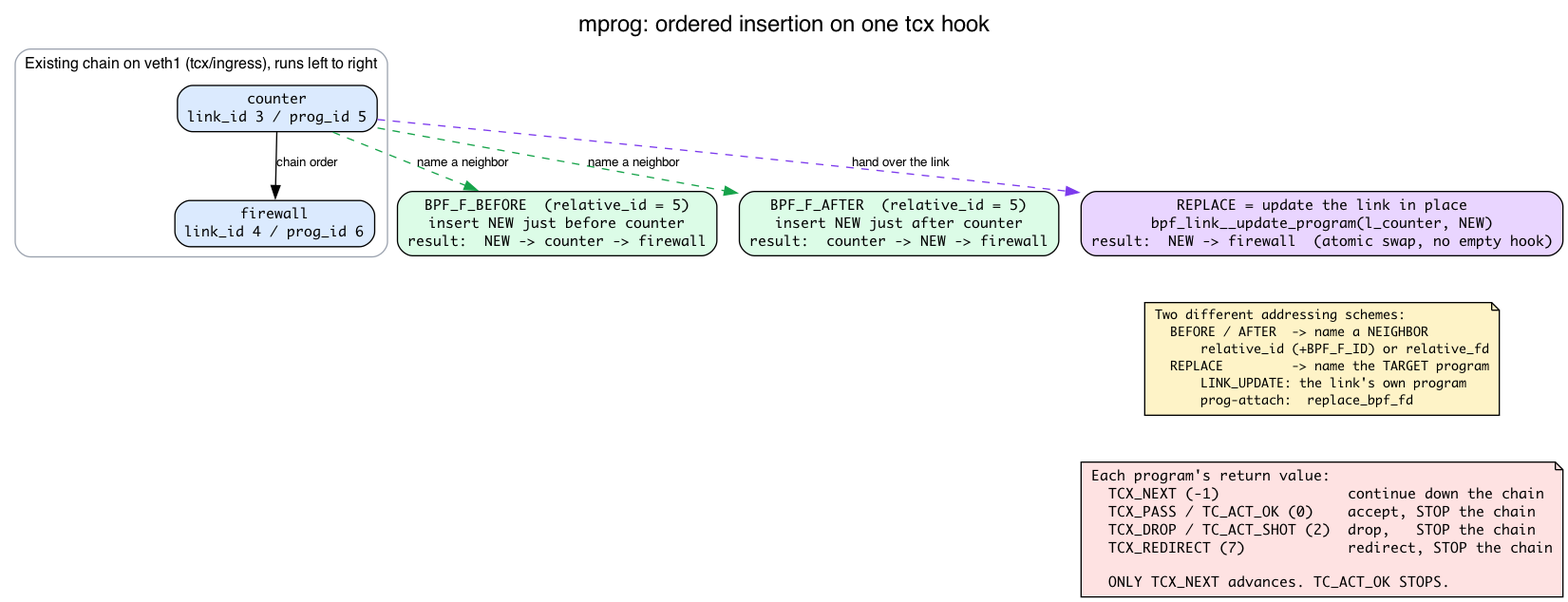
This is ebpf/src/diagrams/day17_mprog.png from biefy/books, a Graphviz export, as it was before one commit. Its source is kept beside it as ebpf/src/diagrams/src/day17_mprog.dot.
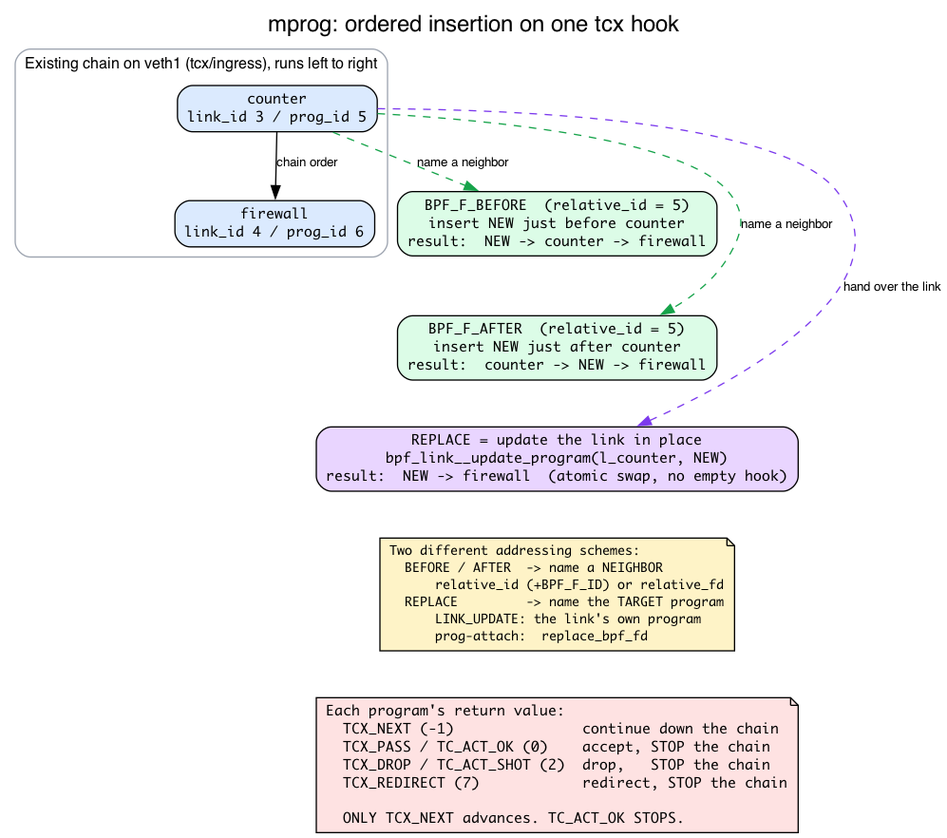
The same diagram one commit later.

Change to the diagram source:
```diff
@@ -30,6 +30,7 @@
     counter -> before  [style=dashed, color="#16a34a", label="name a neighbor"];
     counter -> after   [style=dashed, color="#16a34a", label="name a neighbor"];
     counter -> replace [style=dashed, color="#7c3aed", label="hand over the link"];
+    before -> after -> replace [style=invis, weight=100];
 
     /* ---- Naming note: neighbor vs target ---- */
     naming [label="Two different addressing schemes:\l  BEFORE / AFTER  -> name a NEIGHBOR\l      relative_id (+BPF_F_ID) or relative_fd\l  REPLACE         -> name the TARGET program\l      LINK_UPDATE: the link's own program\l      prog-attach:  replace_bpf_fd\l", shape=note, style="filled", fillcolor="#fef3c7", fontsize=10];
```
